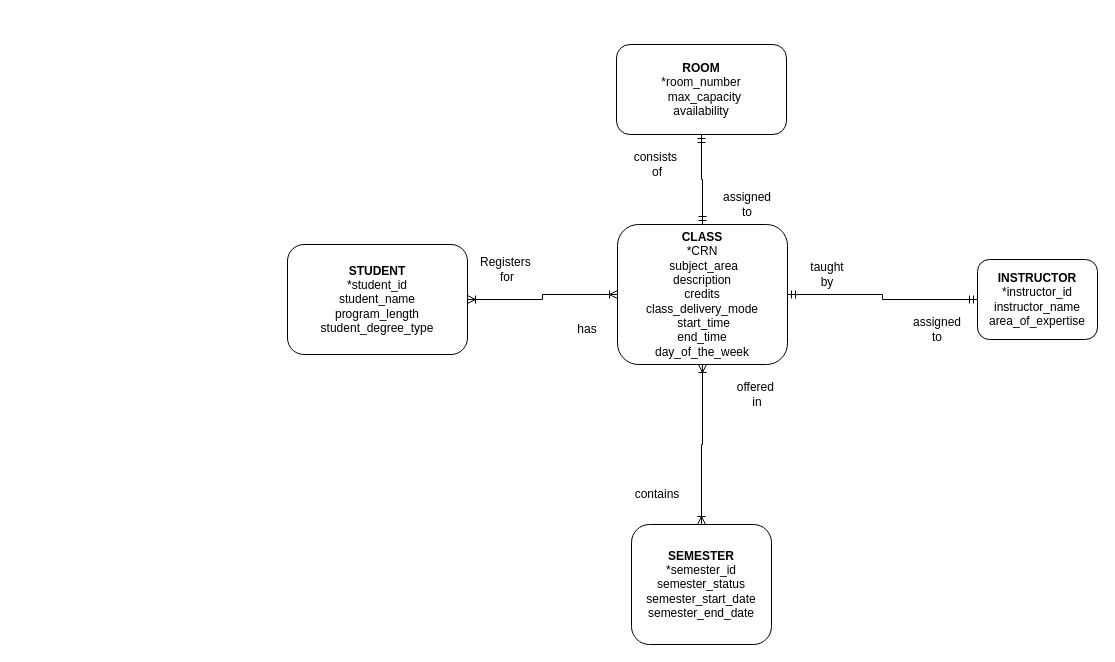
mahamshamail/Database_Modeling keeps this draw.io diagram as Untitled Diagram.drawio. Above is the earlier version. Source tidied: cells renumbered, new cells numbered last; positions are measured from the earlier drawing's top-left corner, leaving out a move shared by most shapes. Both pictures are drawn from the tidied source at 100%, with x=0, y=0 at pixel (287, 44).
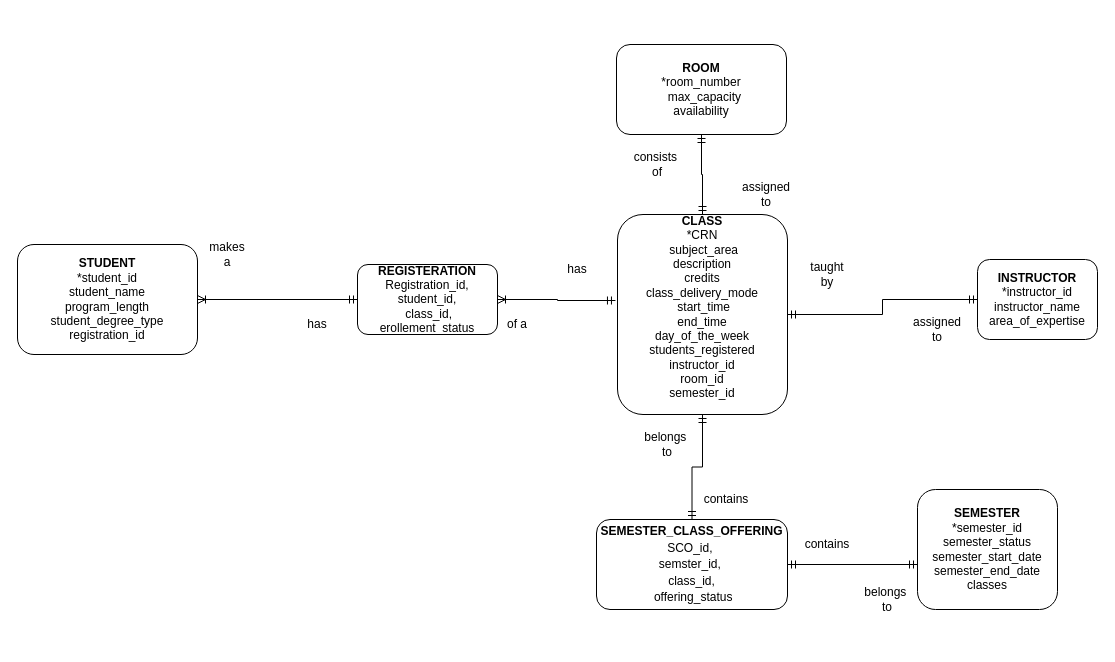
The same diagram, later.

Unchanged cells that the change refers to:
```xml
<mxCell id="6" value="&lt;b&gt;INSTRUCTOR&lt;br&gt;&lt;/b&gt;*instructor_id&lt;br&gt;instructor_name&lt;br&gt;area_of_expertise" style="rounded=1;whiteSpace=wrap;html=1;" parent="1" vertex="1">
  <mxGeometry x="690" y="215" width="120" height="80" as="geometry" />
</mxCell>
<mxCell id="11" value="&lt;b&gt;&lt;br&gt;&lt;br&gt;&lt;br&gt;ROOM&lt;/b&gt;&lt;span id=&quot;docs-internal-guid-e7ad7113-7fff-e49c-ba22-5c3ec23e797c&quot; style=&quot;font-size: 12px&quot;&gt;&lt;span style=&quot;font-family: &amp;#34;calibri&amp;#34; , sans-serif ; background-color: transparent ; vertical-align: baseline ; font-size: 12px&quot;&gt;&lt;font style=&quot;font-size: 12px&quot;&gt;&lt;br&gt;&lt;/font&gt;&lt;span id=&quot;docs-internal-guid-253ebf49-7fff-1c81-654f-d881c3253ac8&quot; style=&quot;font-size: 12px&quot;&gt;&lt;span style=&quot;font-family: &amp;#34;calibri&amp;#34; , sans-serif ; background-color: transparent ; vertical-align: baseline ; font-size: 12px&quot;&gt;*room_number&lt;br style=&quot;font-size: 12px&quot;&gt;&amp;nbsp; max_capacity&lt;br&gt;availability&lt;br&gt;&lt;br&gt;&lt;/span&gt;&lt;/span&gt;&lt;br&gt;&lt;br&gt;&lt;/span&gt;&lt;/span&gt;" style="rounded=1;whiteSpace=wrap;html=1;" parent="1" vertex="1">
  <mxGeometry x="329" width="170" height="90" as="geometry" />
</mxCell>
```

Change to the diagram source:
```diff
@@
-    <mxCell id="2" style="edgeStyle=orthogonalEdgeStyle;rounded=0;jettySize=auto;html=1;entryX=0;entryY=0.5;entryDx=0;entryDy=0;startArrow=ERoneToMany;startFill=0;endArrow=ERoneToMany;endFill=0;" parent="1" edge="1" source="3" target="8">
-      <mxGeometry relative="1" as="geometry" />
-    </mxCell>
-    <mxCell id="3" value="&lt;b&gt;STUDENT&lt;br&gt;&lt;/b&gt;*student_id&lt;br&gt;student_name&lt;br&gt;program_length&lt;br&gt;student_degree_type" style="rounded=1;whiteSpace=wrap;html=1;" parent="1" vertex="1">
-      <mxGeometry y="200" width="180" height="110" as="geometry" />
-    </mxCell>
-    <mxCell id="4" value="Registers&amp;nbsp;&lt;br&gt;for" style="text;html=1;strokeColor=none;fillColor=none;align=center;verticalAlign=middle;whiteSpace=wrap;rounded=0;" parent="1" vertex="1">
-      <mxGeometry x="200" y="215" width="40" height="20" as="geometry" />
-    </mxCell>
-    <mxCell id="5" style="edgeStyle=orthogonalEdgeStyle;rounded=0;jettySize=auto;html=1;entryX=1;entryY=0.5;entryDx=0;entryDy=0;startArrow=ERmandOne;startFill=0;endArrow=ERmandOne;endFill=0;" parent="1" edge="1" source="6" target="8">
-      <mxGeometry relative="1" as="geometry" />
-    </mxCell>
+    <mxCell id="19" value="&lt;b&gt;STUDENT&lt;br&gt;&lt;/b&gt;*student_id&lt;br&gt;student_name&lt;br&gt;program_length&lt;br&gt;student_degree_type&lt;br&gt;registration_id" style="rounded=1;whiteSpace=wrap;html=1;" parent="1" vertex="1">
+      <mxGeometry x="-270" y="200" width="180" height="110" as="geometry" />
+    </mxCell>
+    <mxCell id="20" style="edgeStyle=orthogonalEdgeStyle;rounded=0;jettySize=auto;html=1;entryX=1;entryY=0.5;entryDx=0;entryDy=0;startArrow=ERmandOne;startFill=0;endArrow=ERmandOne;endFill=0;" parent="1" edge="1" source="6" target="22">
+      <mxGeometry relative="1" as="geometry" />
+    </mxCell>
@@
-    <mxCell id="7" style="edgeStyle=orthogonalEdgeStyle;rounded=0;jettySize=auto;html=1;entryX=0.5;entryY=0;entryDx=0;entryDy=0;startArrow=ERoneToMany;startFill=0;endArrow=ERoneToMany;endFill=0;exitX=0.5;exitY=1;exitDx=0;exitDy=0;" parent="1" edge="1" source="8" target="9">
-      <mxGeometry relative="1" as="geometry" />
-    </mxCell>
-    <mxCell id="8" value="&lt;b&gt;&lt;br&gt;CLASS&lt;/b&gt;&lt;br&gt;&lt;font style=&quot;font-size: 12px&quot;&gt;*CRN&lt;br style=&quot;font-size: 12px&quot;&gt;&lt;/font&gt;&lt;span id=&quot;docs-internal-guid-e7ad7113-7fff-e49c-ba22-5c3ec23e797c&quot; style=&quot;font-size: 12px&quot;&gt;&lt;span style=&quot;font-family: &amp;#34;calibri&amp;#34; , sans-serif ; background-color: transparent ; vertical-align: baseline ; font-size: 12px&quot;&gt;&lt;font style=&quot;font-size: 12px&quot;&gt;&amp;nbsp;subject_area &lt;br style=&quot;font-size: 12px&quot;&gt;description &lt;br style=&quot;font-size: 12px&quot;&gt;credits&lt;br style=&quot;font-size: 12px&quot;&gt;class_delivery_mode&lt;/font&gt;&lt;span id=&quot;docs-internal-guid-253ebf49-7fff-1c81-654f-d881c3253ac8&quot; style=&quot;font-size: 12px&quot;&gt;&lt;span style=&quot;font-family: &amp;#34;calibri&amp;#34; , sans-serif ; background-color: transparent ; vertical-align: baseline ; font-size: 12px&quot;&gt;&lt;br&gt;&lt;/span&gt;&lt;/span&gt;&lt;span id=&quot;docs-internal-guid-616765d9-7fff-2e44-37c8-e8f302292f5b&quot; style=&quot;font-size: 12px&quot;&gt;&lt;span style=&quot;font-family: &amp;#34;calibri&amp;#34; , sans-serif ; background-color: transparent ; vertical-align: baseline ; font-size: 12px&quot;&gt;&amp;nbsp;start_time&lt;br style=&quot;font-size: 12px&quot;&gt;end_time&lt;br&gt;&lt;/span&gt;&lt;/span&gt;day_of_the_week&lt;br&gt;&lt;br&gt;&lt;/span&gt;&lt;/span&gt;" style="rounded=1;whiteSpace=wrap;html=1;" parent="1" vertex="1">
-      <mxGeometry x="330" y="180" width="170" height="140" as="geometry" />
-    </mxCell>
-    <mxCell id="9" value="&lt;b&gt;SEMESTER&lt;/b&gt;&lt;br&gt;*semester_id&lt;br&gt;semester_status&lt;br&gt;semester_start_date&lt;br&gt;semester_end_date" style="rounded=1;whiteSpace=wrap;html=1;" parent="1" vertex="1">
-      <mxGeometry x="344" y="480" width="140" height="120" as="geometry" />
-    </mxCell>
-    <mxCell id="10" style="edgeStyle=orthogonalEdgeStyle;rounded=0;jettySize=auto;html=1;entryX=0.5;entryY=0;entryDx=0;entryDy=0;startArrow=ERmandOne;startFill=0;endArrow=ERmandOne;endFill=0;" parent="1" edge="1" source="11" target="8">
-      <mxGeometry relative="1" as="geometry" />
-    </mxCell>
+    <mxCell id="21" style="edgeStyle=orthogonalEdgeStyle;rounded=0;jettySize=auto;html=1;entryX=0.5;entryY=0;entryDx=0;entryDy=0;startArrow=ERmandOne;startFill=0;endArrow=ERmandOne;endFill=0;" parent="1" edge="1" source="22" target="31">
+      <mxGeometry relative="1" as="geometry" />
+    </mxCell>
+    <mxCell id="22" value="&lt;b&gt;&lt;br&gt;CLASS&lt;/b&gt;&lt;br&gt;&lt;font style=&quot;font-size: 12px&quot;&gt;*CRN&lt;br style=&quot;font-size: 12px&quot;&gt;&lt;/font&gt;&lt;span id=&quot;docs-internal-guid-e7ad7113-7fff-e49c-ba22-5c3ec23e797c&quot; style=&quot;font-size: 12px&quot;&gt;&lt;span style=&quot;font-family: &amp;#34;calibri&amp;#34; , sans-serif ; background-color: transparent ; vertical-align: baseline ; font-size: 12px&quot;&gt;&lt;font style=&quot;font-size: 12px&quot;&gt;&amp;nbsp;subject_area &lt;br style=&quot;font-size: 12px&quot;&gt;description &lt;br style=&quot;font-size: 12px&quot;&gt;credits&lt;br style=&quot;font-size: 12px&quot;&gt;class_delivery_mode&lt;/font&gt;&lt;span id=&quot;docs-internal-guid-253ebf49-7fff-1c81-654f-d881c3253ac8&quot; style=&quot;font-size: 12px&quot;&gt;&lt;span style=&quot;font-family: &amp;#34;calibri&amp;#34; , sans-serif ; background-color: transparent ; vertical-align: baseline ; font-size: 12px&quot;&gt;&lt;br&gt;&lt;/span&gt;&lt;/span&gt;&lt;span id=&quot;docs-internal-guid-616765d9-7fff-2e44-37c8-e8f302292f5b&quot; style=&quot;font-size: 12px&quot;&gt;&lt;span style=&quot;font-family: &amp;#34;calibri&amp;#34; , sans-serif ; background-color: transparent ; vertical-align: baseline ; font-size: 12px&quot;&gt;&amp;nbsp;start_time&lt;br style=&quot;font-size: 12px&quot;&gt;end_time&lt;br&gt;&lt;/span&gt;&lt;/span&gt;day_of_the_week&lt;br&gt;students_registered&lt;br&gt;instructor_id&lt;br&gt;room_id&lt;br&gt;semester_id&lt;br&gt;&lt;br&gt;&lt;br&gt;&lt;/span&gt;&lt;/span&gt;" style="rounded=1;whiteSpace=wrap;html=1;" parent="1" vertex="1">
+      <mxGeometry x="330" y="170" width="170" height="200" as="geometry" />
+    </mxCell>
+    <mxCell id="23" value="&lt;b&gt;SEMESTER&lt;/b&gt;&lt;br&gt;*semester_id&lt;br&gt;semester_status&lt;br&gt;semester_start_date&lt;br&gt;semester_end_date&lt;br&gt;classes" style="rounded=1;whiteSpace=wrap;html=1;" parent="1" vertex="1">
+      <mxGeometry x="630" y="445" width="140" height="120" as="geometry" />
+    </mxCell>
+    <mxCell id="24" style="edgeStyle=orthogonalEdgeStyle;rounded=0;jettySize=auto;html=1;entryX=0.5;entryY=0;entryDx=0;entryDy=0;startArrow=ERmandOne;startFill=0;endArrow=ERmandOne;endFill=0;" parent="1" edge="1" source="11" target="22">
+      <mxGeometry relative="1" as="geometry" />
+    </mxCell>
@@
-    <mxCell id="12" value="has" style="text;html=1;strokeColor=none;fillColor=none;align=center;verticalAlign=middle;whiteSpace=wrap;rounded=0;" parent="1" vertex="1">
-      <mxGeometry x="280" y="275" width="40" height="20" as="geometry" />
-    </mxCell>
@@
-    <mxCell id="15" value="offered&amp;nbsp;&lt;br&gt;in" style="text;html=1;strokeColor=none;fillColor=none;align=center;verticalAlign=middle;whiteSpace=wrap;rounded=0;" parent="1" vertex="1">
-      <mxGeometry x="450" y="340" width="40" height="20" as="geometry" />
-    </mxCell>
-    <mxCell id="16" value="contains" style="text;html=1;strokeColor=none;fillColor=none;align=center;verticalAlign=middle;whiteSpace=wrap;rounded=0;" parent="1" vertex="1">
-      <mxGeometry x="350" y="440" width="40" height="20" as="geometry" />
-    </mxCell>
+    <mxCell id="25" value="belongs&amp;nbsp;&lt;br&gt;to" style="text;html=1;strokeColor=none;fillColor=none;align=center;verticalAlign=middle;whiteSpace=wrap;rounded=0;" parent="1" vertex="1">
+      <mxGeometry x="360" y="390" width="40" height="20" as="geometry" />
+    </mxCell>
+    <mxCell id="26" value="contains" style="text;html=1;strokeColor=none;fillColor=none;align=center;verticalAlign=middle;whiteSpace=wrap;rounded=0;" parent="1" vertex="1">
+      <mxGeometry x="419" y="445" width="40" height="20" as="geometry" />
+    </mxCell>
     <mxCell id="17" value="assigned&lt;br&gt;to" style="text;html=1;strokeColor=none;fillColor=none;align=center;verticalAlign=middle;whiteSpace=wrap;rounded=0;" parent="1" vertex="1">
-      <mxGeometry x="440" y="150" width="40" height="20" as="geometry" />
+      <mxGeometry x="459" y="140" width="40" height="20" as="geometry" />
     </mxCell>
@@
+    <mxCell id="27" style="edgeStyle=orthogonalEdgeStyle;rounded=0;jettySize=auto;html=1;entryX=1;entryY=0.5;entryDx=0;entryDy=0;endArrow=ERoneToMany;endFill=0;startArrow=ERmandOne;startFill=0;" parent="1" edge="1" source="29" target="19">
+      <mxGeometry relative="1" as="geometry" />
+    </mxCell>
+    <mxCell id="28" style="edgeStyle=orthogonalEdgeStyle;rounded=0;jettySize=auto;html=1;entryX=-0.012;entryY=0.43;entryDx=0;entryDy=0;entryPerimeter=0;startArrow=ERoneToMany;startFill=0;endArrow=ERmandOne;endFill=0;" parent="1" edge="1" source="29" target="22">
+      <mxGeometry relative="1" as="geometry" />
+    </mxCell>
+    <mxCell id="29" value="&lt;b&gt;REGISTERATION&lt;br&gt;&lt;/b&gt;&lt;span id=&quot;docs-internal-guid-5d12e1bf-7fff-cd29-a742-84b424bf18c7&quot;&gt;&lt;span style=&quot;font-size: 9pt ; font-family: &amp;#34;calibri&amp;#34; , sans-serif ; vertical-align: baseline&quot;&gt;Registration_id&lt;/span&gt;&lt;span style=&quot;font-size: 9pt ; font-family: &amp;#34;calibri&amp;#34; , sans-serif ; vertical-align: baseline&quot;&gt;, &lt;/span&gt;&lt;span style=&quot;font-size: 9pt ; font-family: &amp;#34;calibri&amp;#34; , sans-serif ; vertical-align: baseline&quot;&gt;student_id,&lt;br&gt;&amp;nbsp;class_id&lt;/span&gt;&lt;span style=&quot;font-size: 9pt ; font-family: &amp;#34;calibri&amp;#34; , sans-serif ; vertical-align: baseline&quot;&gt;, erollement_status&lt;/span&gt;&lt;/span&gt;" style="rounded=1;whiteSpace=wrap;html=1;" parent="1" vertex="1">
+      <mxGeometry x="70" y="220" width="140" height="70" as="geometry" />
+    </mxCell>
+    <mxCell id="30" style="edgeStyle=orthogonalEdgeStyle;rounded=0;jettySize=auto;html=1;entryX=0;entryY=0.625;entryDx=0;entryDy=0;entryPerimeter=0;startArrow=ERmandOne;startFill=0;endArrow=ERmandOne;endFill=0;" parent="1" edge="1" source="31" target="23">
+      <mxGeometry relative="1" as="geometry" />
+    </mxCell>
+    <mxCell id="31" value="&lt;span id=&quot;docs-internal-guid-03333b52-7fff-a69d-e4c2-b901bd12c134&quot;&gt;&lt;p dir=&quot;ltr&quot; style=&quot;line-height: 1.38 ; margin-top: 0pt ; margin-bottom: 0pt&quot;&gt;&lt;span style=&quot;font-size: 9pt ; font-family: &amp;#34;calibri&amp;#34; , sans-serif ; vertical-align: baseline&quot;&gt;&lt;b&gt;SEMESTER_CLASS_OFFERING&lt;/b&gt;&lt;/span&gt;&lt;/p&gt;&lt;p dir=&quot;ltr&quot; style=&quot;line-height: 1.38 ; margin-top: 0pt ; margin-bottom: 0pt&quot;&gt;&lt;span style=&quot;font-size: 9pt ; font-family: &amp;#34;calibri&amp;#34; , sans-serif ; vertical-align: baseline&quot;&gt;SCO_id&lt;/span&gt;&lt;span style=&quot;font-size: 9pt ; font-family: &amp;#34;calibri&amp;#34; , sans-serif ; vertical-align: baseline&quot;&gt;,&amp;nbsp;&lt;/span&gt;&lt;/p&gt;&lt;p dir=&quot;ltr&quot; style=&quot;line-height: 1.38 ; margin-top: 0pt ; margin-bottom: 0pt&quot;&gt;&lt;span style=&quot;font-size: 9pt ; font-family: &amp;#34;calibri&amp;#34; , sans-serif ; vertical-align: baseline&quot;&gt;semster_id&lt;/span&gt;&lt;span style=&quot;font-size: 9pt ; font-family: &amp;#34;calibri&amp;#34; , sans-serif ; vertical-align: baseline&quot;&gt;,&amp;nbsp;&lt;/span&gt;&lt;/p&gt;&lt;p dir=&quot;ltr&quot; style=&quot;line-height: 1.38 ; margin-top: 0pt ; margin-bottom: 0pt&quot;&gt;&lt;span style=&quot;font-size: 9pt ; font-family: &amp;#34;calibri&amp;#34; , sans-serif ; vertical-align: baseline&quot;&gt;class_id&lt;/span&gt;&lt;span style=&quot;font-size: 9pt ; font-family: &amp;#34;calibri&amp;#34; , sans-serif ; vertical-align: baseline&quot;&gt;,&lt;/span&gt;&lt;/p&gt;&lt;p dir=&quot;ltr&quot; style=&quot;line-height: 1.38 ; margin-top: 0pt ; margin-bottom: 0pt&quot;&gt;&lt;span style=&quot;font-size: 9pt ; font-family: &amp;#34;calibri&amp;#34; , sans-serif ; vertical-align: baseline&quot;&gt;&amp;nbsp;offering_status&lt;/span&gt;&lt;/p&gt;&lt;/span&gt;" style="rounded=1;whiteSpace=wrap;html=1;" parent="1" vertex="1">
+      <mxGeometry x="309" y="475" width="191" height="90" as="geometry" />
+    </mxCell>
+    <mxCell id="32" value="makes a" style="text;html=1;strokeColor=none;fillColor=none;align=center;verticalAlign=middle;whiteSpace=wrap;rounded=0;" parent="1" vertex="1">
+      <mxGeometry x="-80" y="200" width="40" height="20" as="geometry" />
+    </mxCell>
+    <mxCell id="33" value="has" style="text;html=1;strokeColor=none;fillColor=none;align=center;verticalAlign=middle;whiteSpace=wrap;rounded=0;" parent="1" vertex="1">
+      <mxGeometry x="10" y="270" width="40" height="20" as="geometry" />
+    </mxCell>
+    <mxCell id="34" value="of a" style="text;html=1;strokeColor=none;fillColor=none;align=center;verticalAlign=middle;whiteSpace=wrap;rounded=0;" parent="1" vertex="1">
+      <mxGeometry x="210" y="270" width="40" height="20" as="geometry" />
+    </mxCell>
+    <mxCell id="35" value="has" style="text;html=1;strokeColor=none;fillColor=none;align=center;verticalAlign=middle;whiteSpace=wrap;rounded=0;" parent="1" vertex="1">
+      <mxGeometry x="270" y="215" width="40" height="20" as="geometry" />
+    </mxCell>
+    <mxCell id="36" value="belongs&amp;nbsp;&lt;br&gt;to" style="text;html=1;strokeColor=none;fillColor=none;align=center;verticalAlign=middle;whiteSpace=wrap;rounded=0;" parent="1" vertex="1">
+      <mxGeometry x="580" y="545" width="40" height="20" as="geometry" />
+    </mxCell>
+    <mxCell id="37" value="contains" style="text;html=1;strokeColor=none;fillColor=none;align=center;verticalAlign=middle;whiteSpace=wrap;rounded=0;" parent="1" vertex="1">
+      <mxGeometry x="520" y="490" width="40" height="20" as="geometry" />
+    </mxCell>
```
